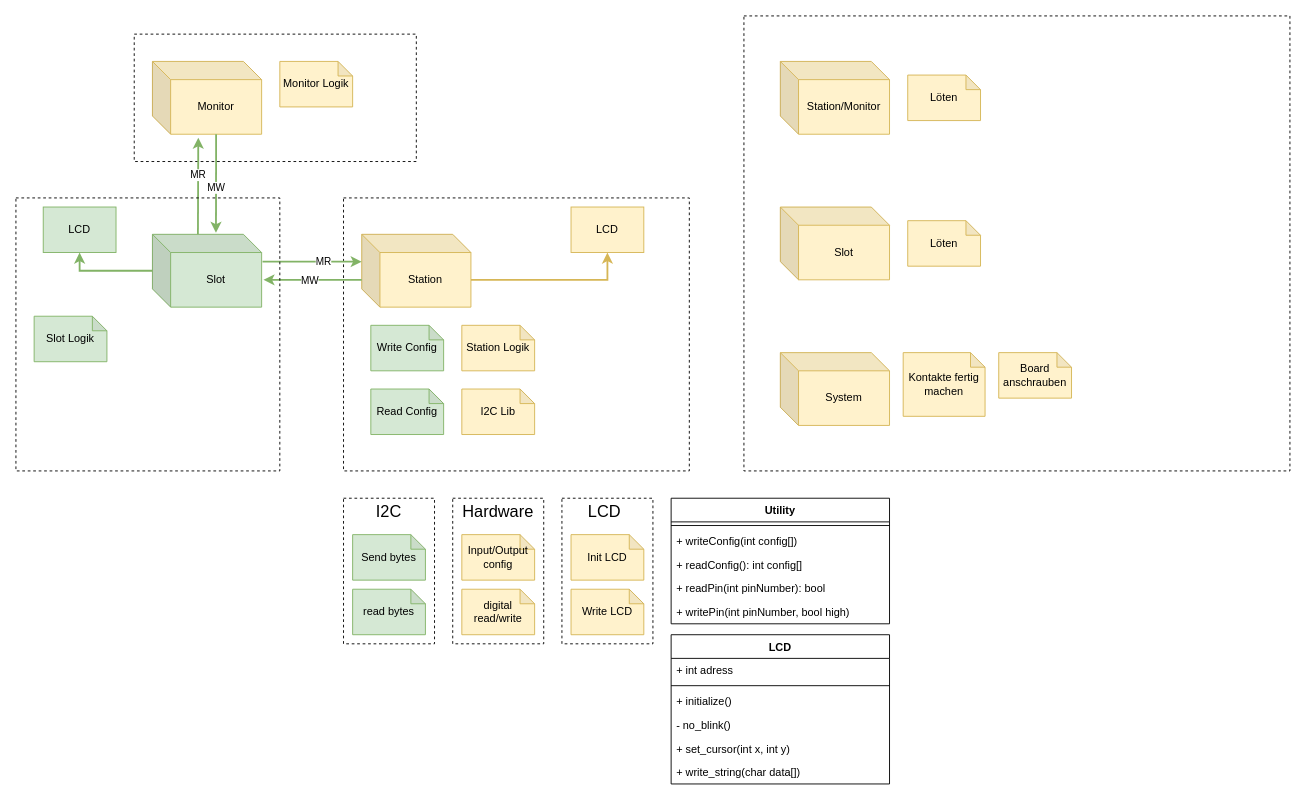
Above: page "Page-1" (1 of 2) of slotted-ring.drawio in OleVoss/slotted-ring (draw.io), before the change. Source tidied: cells renumbered, new cells numbered last; positions are measured from the earlier drawing's top-left corner, leaving out a move shared by most shapes. Both pictures are drawn from the tidied source at 91%, with x=0, y=0 at pixel (15, 15).
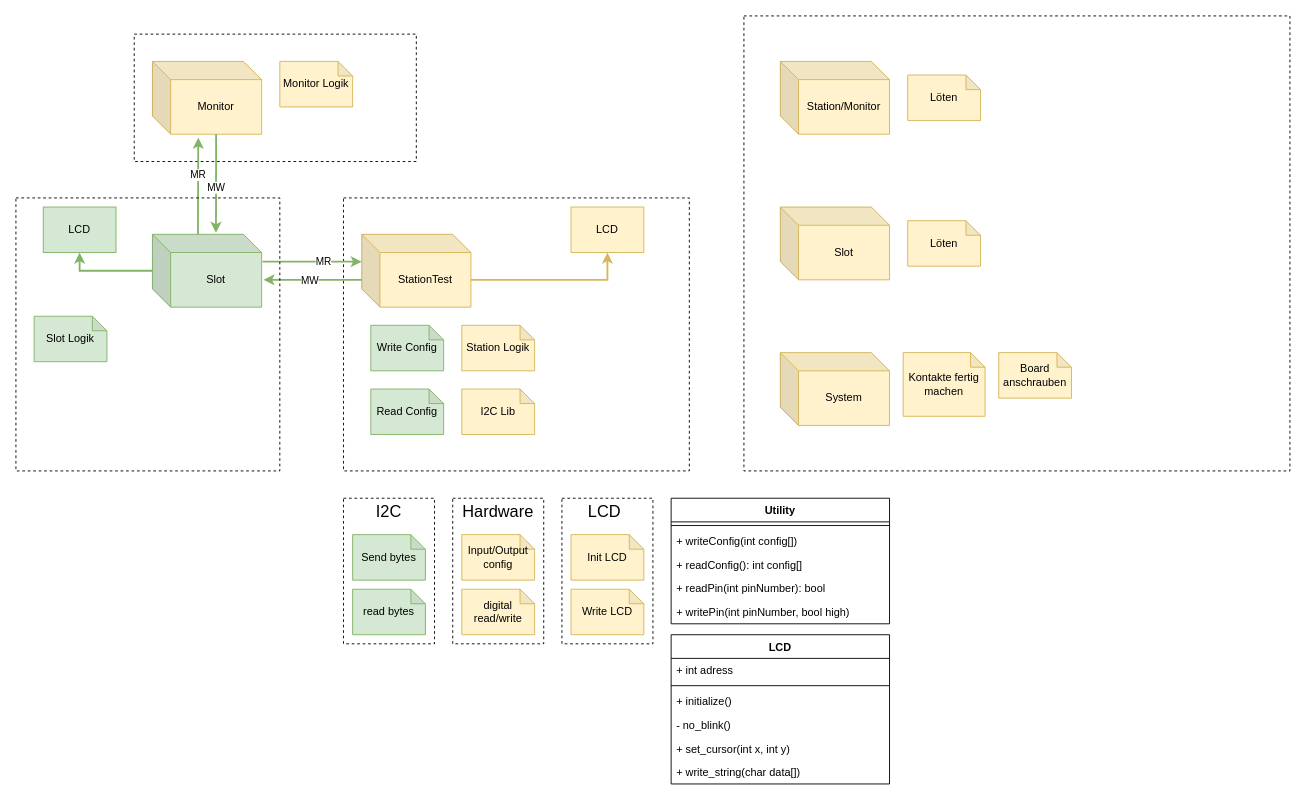
After the change.

Diff of the diagram source:
```diff
@@
-    <mxCell id="5" value="Station" style="shape=cube;whiteSpace=wrap;html=1;boundedLbl=1;backgroundOutline=1;darkOpacity=0.05;darkOpacity2=0.1;strokeWidth=1;fillColor=#fff2cc;size=20;strokeColor=#d6b656;" parent="1" vertex="1">
+    <mxCell id="5" value="StationTest&lt;br&gt;" style="shape=cube;whiteSpace=wrap;html=1;boundedLbl=1;backgroundOutline=1;darkOpacity=0.05;darkOpacity2=0.1;strokeWidth=1;fillColor=#fff2cc;size=20;strokeColor=#d6b656;" parent="1" vertex="1">
       <mxGeometry x="380" y="240" width="120" height="80" as="geometry" />
     </mxCell>
```
